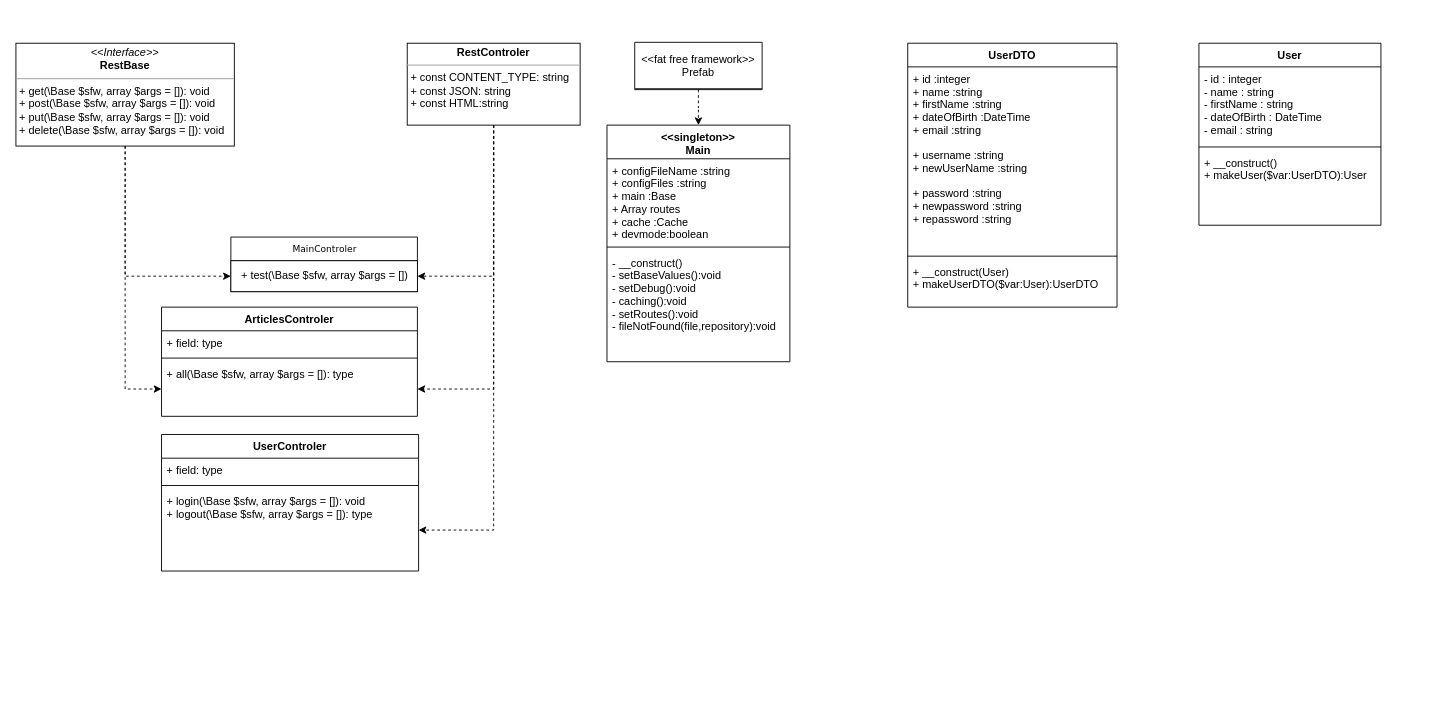
Before: Documentation/Classes.drawio in VincentProuchet/symFreeBlog, a draw.io diagram. Source tidied: cells renumbered, new cells numbered last; positions are measured from the earlier drawing's top-left corner, leaving out a move shared by most shapes. Both pictures are drawn from the tidied source at 91%, with x=0, y=0 at pixel (15, 42).
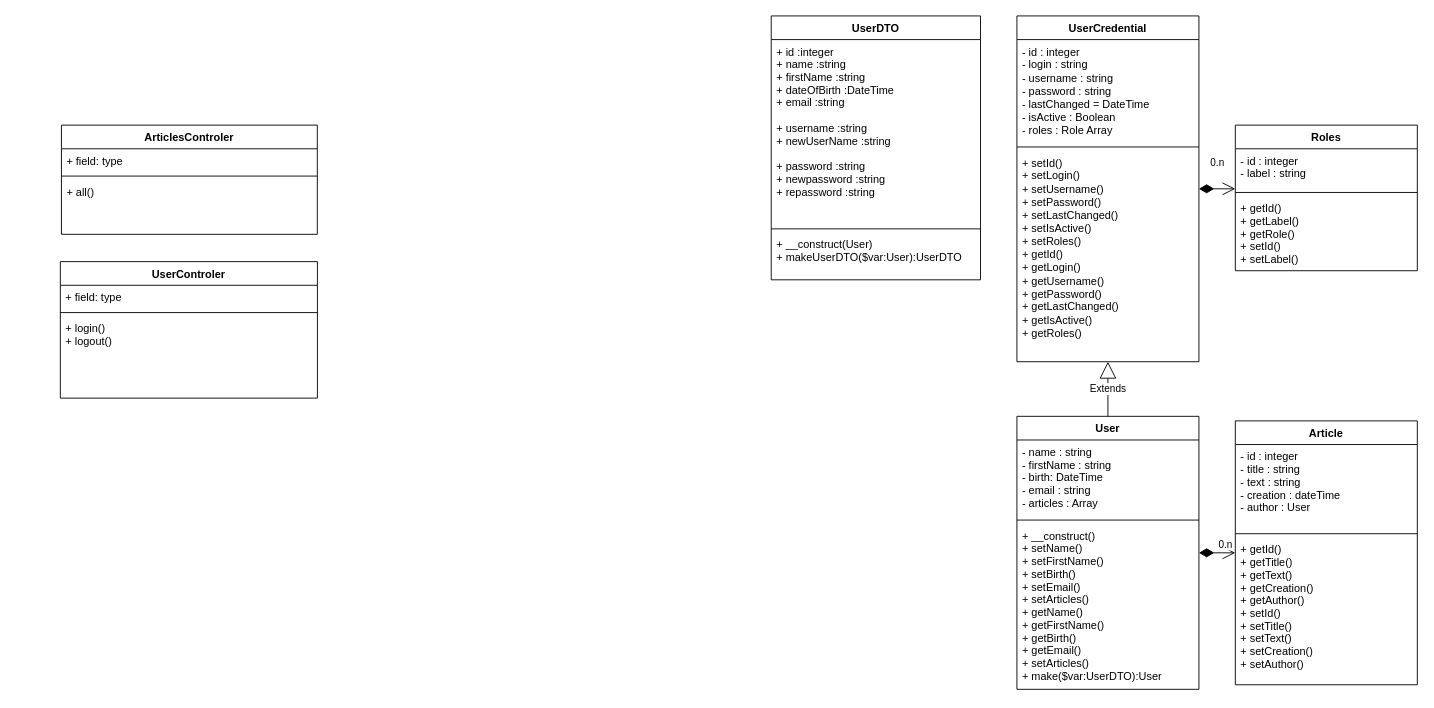
The same page after the edit.

What changed in the source:
```diff
@@
-    <mxCell id="2" value="MainControler" style="swimlane;html=1;fontStyle=0;horizontal=1;startSize=26;fillColor=none;swimlaneFillColor=#ffffff;rounded=0;shadow=0;comic=0;labelBackgroundColor=none;strokeWidth=1;fontFamily=Verdana;fontSize=10;align=center;" parent="1" vertex="1">
-      <mxGeometry x="236.2" y="214" width="205" height="60" as="geometry" />
-    </mxCell>
-    <mxCell id="3" value="+ test(\Base $sfw, array $args = [])" style="html=1;" parent="2" vertex="1">
-      <mxGeometry y="26" width="205" height="34" as="geometry" />
-    </mxCell>
-    <mxCell id="4" style="edgeStyle=orthogonalEdgeStyle;rounded=0;jettySize=auto;html=1;entryX=0;entryY=0.5;entryDx=0;entryDy=0;dashed=1;" parent="1" edge="1" source="6" target="3">
-      <mxGeometry relative="1" as="geometry" />
-    </mxCell>
-    <mxCell id="5" style="edgeStyle=orthogonalEdgeStyle;rounded=0;jettySize=auto;html=1;dashed=1;" parent="1" edge="1" source="6" target="32">
-      <mxGeometry relative="1" as="geometry" />
-    </mxCell>
-    <mxCell id="6" value="&lt;p style=&quot;margin:0px;margin-top:4px;text-align:center;&quot;&gt;&lt;i&gt;&amp;lt;&amp;lt;Interface&amp;gt;&amp;gt;&lt;/i&gt;&lt;br&gt;&lt;b&gt;RestBase&lt;/b&gt;&lt;/p&gt;&lt;hr size=&quot;1&quot;&gt;&lt;p style=&quot;margin:0px;margin-left:4px;&quot;&gt;&lt;/p&gt;&lt;p style=&quot;margin:0px;margin-left:4px;&quot;&gt;+ get(\Base $sfw, array $args = []): void&lt;/p&gt;&lt;p style=&quot;margin:0px;margin-left:4px;&quot;&gt;+ post(\Base $sfw, array $args = []): void&lt;/p&gt;&lt;p style=&quot;margin:0px;margin-left:4px;&quot;&gt;+ put(\Base $sfw, array $args = []): void&lt;/p&gt;&lt;p style=&quot;margin:0px;margin-left:4px;&quot;&gt;+ delete(\Base $sfw, array $args = []): void&lt;/p&gt;" style="verticalAlign=top;align=left;overflow=fill;fontSize=12;fontFamily=Helvetica;html=1;rounded=0;shadow=0;comic=0;labelBackgroundColor=none;strokeWidth=1;" parent="1" vertex="1">
-      <mxGeometry y="1" width="240" height="113" as="geometry" />
-    </mxCell>
-    <mxCell id="7" style="edgeStyle=orthogonalEdgeStyle;rounded=0;jettySize=auto;html=1;dashed=1;" parent="1" edge="1" source="10" target="28">
-      <mxGeometry relative="1" as="geometry" />
-    </mxCell>
-    <mxCell id="8" style="edgeStyle=orthogonalEdgeStyle;rounded=0;jettySize=auto;html=1;entryX=1;entryY=0.5;entryDx=0;entryDy=0;dashed=1;" parent="1" edge="1" source="10" target="3">
-      <mxGeometry relative="1" as="geometry" />
-    </mxCell>
-    <mxCell id="9" style="edgeStyle=orthogonalEdgeStyle;rounded=0;jettySize=auto;html=1;dashed=1;" parent="1" edge="1" source="10" target="32">
-      <mxGeometry relative="1" as="geometry" />
-    </mxCell>
-    <mxCell id="10" value="&lt;p style=&quot;margin:0px;margin-top:4px;text-align:center;&quot;&gt;&lt;b&gt;RestControler&lt;/b&gt;&lt;/p&gt;&lt;hr size=&quot;1&quot;&gt;&lt;p style=&quot;margin:0px;margin-left:4px;&quot;&gt;+ const CONTENT_TYPE: string&lt;br&gt;+ const JSON: string&lt;/p&gt;&lt;p style=&quot;margin:0px;margin-left:4px;&quot;&gt;+ const HTML:string&lt;/p&gt;" style="verticalAlign=top;align=left;overflow=fill;fontSize=12;fontFamily=Helvetica;html=1;rounded=0;shadow=0;comic=0;labelBackgroundColor=none;strokeWidth=1;" parent="1" vertex="1">
-      <mxGeometry x="430" y="1" width="190" height="90" as="geometry" />
-    </mxCell>
-    <mxCell id="11" value="&lt;&lt;singleton&gt;&gt;&#10;Main" style="swimlane;fontStyle=1;align=center;verticalAlign=top;horizontal=1;startSize=37;" parent="1" vertex="1">
-      <mxGeometry x="649.5" y="91" width="201" height="260" as="geometry" />
-    </mxCell>
-    <mxCell id="12" value="+ configFileName :string&#10;+ configFiles :string&#10;+ main :Base&#10;+ Array routes&#10;+ cache :Cache&#10;+ devmode:boolean" style="text;strokeColor=none;fillColor=none;align=left;verticalAlign=top;spacingLeft=4;spacingRight=4;overflow=hidden;" parent="11" vertex="1">
-      <mxGeometry y="37" width="201" height="93" as="geometry" />
-    </mxCell>
-    <mxCell id="13" style="line;strokeWidth=1;fillColor=none;align=left;verticalAlign=middle;spacingTop=-1;spacingLeft=3;spacingRight=3;labelPosition=right;strokeColor=inherit;" parent="11" vertex="1">
-      <mxGeometry y="130" width="201" height="8" as="geometry" />
-    </mxCell>
-    <mxCell id="14" value="- __construct()&#10;- setBaseValues():void&#10;- setDebug():void&#10;- caching():void&#10;- setRoutes():void&#10;- fileNotFound(file,repository):void" style="text;strokeColor=none;fillColor=none;align=left;verticalAlign=top;spacingLeft=4;spacingRight=4;overflow=hidden;" parent="11" vertex="1">
-      <mxGeometry y="138" width="201" height="122" as="geometry" />
-    </mxCell>
-    <mxCell id="15" style="edgeStyle=orthogonalEdgeStyle;rounded=0;jettySize=auto;html=1;dashed=1;" parent="1" edge="1" source="16" target="11">
-      <mxGeometry relative="1" as="geometry" />
-    </mxCell>
-    <mxCell id="16" value="&lt;&lt;fat free framework&gt;&gt;&#10;Prefab" style="swimlane;fontStyle=0;horizontal=1;startSize=51;fillColor=none;" parent="1" vertex="1">
-      <mxGeometry x="680" width="140" height="52" as="geometry" />
-    </mxCell>
     <mxCell id="17" value="UserDTO" style="swimlane;fontStyle=1;align=center;verticalAlign=top;horizontal=1;startSize=26;" parent="1" vertex="1">
-      <mxGeometry x="980" y="1" width="230" height="290" as="geometry" />
+      <mxGeometry x="830" y="-29" width="230" height="290" as="geometry" />
     </mxCell>
@@
     <mxCell id="21" value="User" style="swimlane;fontStyle=1;align=center;verticalAlign=top;horizontal=1;startSize=26;" parent="1" vertex="1">
-      <mxGeometry x="1300" y="1" width="200" height="200" as="geometry" />
+      <mxGeometry x="1100" y="411" width="200" height="300" as="geometry" />
     </mxCell>
-    <mxCell id="22" value="- id : integer&#10;- name : string&#10;- firstName : string&#10;- dateOfBirth : DateTime&#10;- email : string" style="text;strokeColor=none;fillColor=none;align=left;verticalAlign=top;spacingLeft=4;spacingRight=4;overflow=hidden;" parent="21" vertex="1">
+    <mxCell id="22" value="- name : string&#10;- firstName : string&#10;- birth: DateTime&#10;- email : string&#10;- articles : Array&#10;" style="text;strokeColor=none;fillColor=none;align=left;verticalAlign=top;spacingLeft=4;spacingRight=4;overflow=hidden;" parent="21" vertex="1">
       <mxGeometry y="26" width="200" height="84" as="geometry" />
     </mxCell>
@@
-    <mxCell id="24" value="+ __construct()&#10;+ makeUser($var:UserDTO):User" style="text;strokeColor=none;fillColor=none;align=left;verticalAlign=top;spacingLeft=4;spacingRight=4;overflow=hidden;" parent="21" vertex="1">
-      <mxGeometry y="118" width="200" height="82" as="geometry" />
+    <mxCell id="24" value="+ __construct()&#10;+ setName()&#10;+ setFirstName()&#10;+ setBirth()&#10;+ setEmail()&#10;+ setArticles()&#10;+ getName()&#10;+ getFirstName()&#10;+ getBirth()&#10;+ getEmail()&#10;+ setArticles()&#10;+ make($var:UserDTO):User" style="text;strokeColor=none;fillColor=none;align=left;verticalAlign=top;spacingLeft=4;spacingRight=4;overflow=hidden;" parent="21" vertex="1">
+      <mxGeometry y="118" width="200" height="182" as="geometry" />
     </mxCell>
     <mxCell id="25" value="UserControler" style="swimlane;fontStyle=1;align=center;verticalAlign=top;horizontal=1;startSize=26;" parent="1" vertex="1">
-      <mxGeometry x="160" y="431" width="282.5" height="150" as="geometry" />
+      <mxGeometry x="48.8" y="241" width="282.5" height="150" as="geometry" />
     </mxCell>
@@
-    <mxCell id="28" value="+ login(\Base $sfw, array $args = []): void&#10;+ logout(\Base $sfw, array $args = []): type" style="text;strokeColor=none;fillColor=none;align=left;verticalAlign=top;spacingLeft=4;spacingRight=4;overflow=hidden;points=[[0,0.5],[1,0.5]];portConstraint=eastwest;" parent="25" vertex="1">
+    <mxCell id="28" value="+ login()&#10;+ logout()" style="text;strokeColor=none;fillColor=none;align=left;verticalAlign=top;spacingLeft=4;spacingRight=4;overflow=hidden;points=[[0,0.5],[1,0.5]];portConstraint=eastwest;" parent="25" vertex="1">
       <mxGeometry y="60" width="282.5" height="90" as="geometry" />
     </mxCell>
     <mxCell id="29" value="ArticlesControler" style="swimlane;fontStyle=1;align=center;verticalAlign=top;horizontal=1;startSize=26;" parent="1" vertex="1">
-      <mxGeometry x="160" y="291" width="281.2" height="120" as="geometry" />
+      <mxGeometry x="50" y="91" width="281.2" height="120" as="geometry" />
     </mxCell>
@@
-    <mxCell id="32" value="+ all(\Base $sfw, array $args = []): type" style="text;strokeColor=none;fillColor=none;align=left;verticalAlign=top;spacingLeft=4;spacingRight=4;overflow=hidden;points=[[0,0.5],[1,0.5]];portConstraint=eastwest;" parent="29" vertex="1">
+    <mxCell id="32" value="+ all()" style="text;strokeColor=none;fillColor=none;align=left;verticalAlign=top;spacingLeft=4;spacingRight=4;overflow=hidden;points=[[0,0.5],[1,0.5]];portConstraint=eastwest;" parent="29" vertex="1">
       <mxGeometry y="60" width="281.2" height="60" as="geometry" />
     </mxCell>
+    <mxCell id="33" value="Roles" style="swimlane;fontStyle=1;align=center;verticalAlign=top;horizontal=1;startSize=26;" parent="1" vertex="1">
+      <mxGeometry x="1340" y="91" width="200" height="160" as="geometry" />
+    </mxCell>
+    <mxCell id="34" value="- id : integer&#10;- label : string" style="text;strokeColor=none;fillColor=none;align=left;verticalAlign=top;spacingLeft=4;spacingRight=4;overflow=hidden;" parent="33" vertex="1">
+      <mxGeometry y="26" width="200" height="44" as="geometry" />
+    </mxCell>
+    <mxCell id="35" style="line;strokeWidth=1;fillColor=none;align=left;verticalAlign=middle;spacingTop=-1;spacingLeft=3;spacingRight=3;labelPosition=right;strokeColor=inherit;" parent="33" vertex="1">
+      <mxGeometry y="70" width="200" height="8" as="geometry" />
+    </mxCell>
+    <mxCell id="36" value="+ getId()&#10;+ getLabel()&#10;+ getRole()&#10;+ setId()&#10;+ setLabel()&#10;" style="text;strokeColor=none;fillColor=none;align=left;verticalAlign=top;spacingLeft=4;spacingRight=4;overflow=hidden;" parent="33" vertex="1">
+      <mxGeometry y="78" width="200" height="82" as="geometry" />
+    </mxCell>
+    <mxCell id="37" value="UserCredential" style="swimlane;fontStyle=1;align=center;verticalAlign=top;horizontal=1;startSize=26;" parent="1" vertex="1">
+      <mxGeometry x="1100" y="-29" width="200" height="380" as="geometry" />
+    </mxCell>
+    <mxCell id="38" value="- id : integer&#10;- login : string&#10;- username : string&#10;- password : string&#10;- lastChanged = DateTime&#10;- isActive : Boolean&#10;- roles : Role Array" style="text;strokeColor=none;fillColor=none;align=left;verticalAlign=top;spacingLeft=4;spacingRight=4;overflow=hidden;whiteSpace=wrap;" parent="37" vertex="1">
+      <mxGeometry y="26" width="200" height="114" as="geometry" />
+    </mxCell>
+    <mxCell id="39" style="line;strokeWidth=1;fillColor=none;align=left;verticalAlign=middle;spacingTop=-1;spacingLeft=3;spacingRight=3;labelPosition=right;strokeColor=inherit;" parent="37" vertex="1">
+      <mxGeometry y="140" width="200" height="8" as="geometry" />
+    </mxCell>
+    <mxCell id="40" value="+ setId()&#10;+ setLogin()&#10;+ setUsername()&#10;+ setPassword()&#10;+ setLastChanged()&#10;+ setIsActive()&#10;+ setRoles()&#10;+ getId()&#10;+ getLogin()&#10;+ getUsername()&#10;+ getPassword()&#10;+ getLastChanged()&#10;+ getIsActive()&#10;+ getRoles()" style="text;strokeColor=none;fillColor=none;align=left;verticalAlign=top;spacingLeft=4;spacingRight=4;overflow=hidden;whiteSpace=wrap;" parent="37" vertex="1">
+      <mxGeometry y="148" width="200" height="232" as="geometry" />
+    </mxCell>
+    <mxCell id="41" value="Extends" style="endArrow=block;endSize=16;endFill=0;html=1;rounded=0;" parent="1" edge="1" source="21" target="37">
+      <mxGeometry relative="1" as="geometry" />
+    </mxCell>
+    <mxCell id="42" value="0.n" style="endArrow=open;html=1;endSize=12;startArrow=diamondThin;startSize=14;startFill=1;edgeStyle=orthogonalEdgeStyle;align=left;verticalAlign=bottom;rounded=0;" parent="1" edge="1" source="37" target="33">
+      <mxGeometry x="-0.43" y="20" relative="1" as="geometry">
+        <Array as="points">
+          <mxPoint x="1130" y="61" />
+        </Array>
+      </mxGeometry>
+    </mxCell>
+    <mxCell id="43" value="Article" style="swimlane;fontStyle=1;align=center;verticalAlign=top;horizontal=1;startSize=26;" parent="1" vertex="1">
+      <mxGeometry x="1340" y="416" width="200" height="290" as="geometry" />
+    </mxCell>
+    <mxCell id="44" value="- id : integer&#10;- title : string&#10;- text : string&#10;- creation : dateTime&#10;- author : User" style="text;strokeColor=none;fillColor=none;align=left;verticalAlign=top;spacingLeft=4;spacingRight=4;overflow=hidden;" parent="43" vertex="1">
+      <mxGeometry y="26" width="200" height="94" as="geometry" />
+    </mxCell>
+    <mxCell id="45" style="line;strokeWidth=1;fillColor=none;align=left;verticalAlign=middle;spacingTop=-1;spacingLeft=3;spacingRight=3;labelPosition=right;strokeColor=inherit;" parent="43" vertex="1">
+      <mxGeometry y="120" width="200" height="8" as="geometry" />
+    </mxCell>
+    <mxCell id="46" value="+ getId()&#10;+ getTitle()&#10;+ getText()&#10;+ getCreation()&#10;+ getAuthor()&#10;+ setId()&#10;+ setTitle()&#10;+ setText()&#10;+ setCreation()&#10;+ setAuthor()" style="text;strokeColor=none;fillColor=none;align=left;verticalAlign=top;spacingLeft=4;spacingRight=4;overflow=hidden;" parent="43" vertex="1">
+      <mxGeometry y="128" width="200" height="162" as="geometry" />
+    </mxCell>
+    <mxCell id="47" value="0.n" style="endArrow=open;html=1;endSize=12;startArrow=diamondThin;startSize=14;startFill=1;edgeStyle=orthogonalEdgeStyle;align=left;verticalAlign=bottom;rounded=0;" parent="1" edge="1" source="21" target="43">
+      <mxGeometry relative="1" as="geometry" />
+    </mxCell>
```
